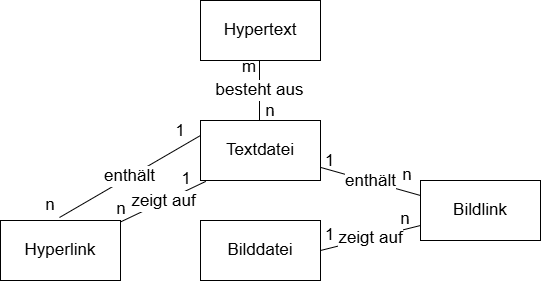
This is 00Informatik/00Informatik7/03Klassendiagramm/Klassendiagramm.png from Hi2272/Hi2272.github.io, a draw.io export, as it was before one commit. Source tidied: cells renumbered, new cells last; positions are measured from the earlier drawing's top-left corner, leaving out a move shared by most shapes.
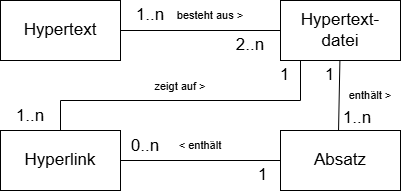
After the change.

Commit message:
Hypetext fertig

Change to the diagram source:
```diff
@@ -2,70 +2,73 @@
   <root>
     <mxCell id="0" />
     <mxCell id="1" parent="0" />
-    <mxCell id="2" value="besteht aus" style="edgeStyle=orthogonalEdgeStyle;rounded=0;orthogonalLoop=1;jettySize=auto;html=1;entryX=0.5;entryY=0;entryDx=0;entryDy=0;endArrow=none;endFill=0;fontSize=17;" parent="1" edge="1">
-      <mxGeometry relative="1" as="geometry">
-        <mxPoint x="259" y="60" as="sourcePoint" />
-        <mxPoint x="259" y="120" as="targetPoint" />
-      </mxGeometry>
-    </mxCell>
+    <mxCell id="22" style="edgeStyle=orthogonalEdgeStyle;rounded=0;jettySize=auto;html=1;entryX=0;entryY=0.5;entryDx=0;entryDy=0;endArrow=none;endFill=0;" parent="1" edge="1" source="3" target="5">
+      <mxGeometry relative="1" as="geometry" />
+    </mxCell>
     <mxCell id="3" value="Hypertext" style="rounded=0;whiteSpace=wrap;html=1;fontSize=17;" parent="1" vertex="1">
-      <mxGeometry x="200" width="120" height="60" as="geometry" />
+      <mxGeometry x="-20" y="60" width="120" height="60" as="geometry" />
     </mxCell>
-    <mxCell id="4" value="enthält" style="rounded=0;jettySize=auto;html=1;entryX=0;entryY=0.25;entryDx=0;entryDy=0;endArrow=none;endFill=0;fontSize=17;" parent="1" edge="1" source="5" target="7">
-      <mxGeometry relative="1" as="geometry" />
-    </mxCell>
+    <mxCell id="23" style="rounded=0;jettySize=auto;html=1;entryX=0;entryY=1;entryDx=0;entryDy=0;endArrow=none;endFill=0;" parent="1" edge="1" source="5">
+      <mxGeometry relative="1" as="geometry">
+        <mxPoint x="318" y="192" as="targetPoint" />
+      </mxGeometry>
+    </mxCell>
-    <mxCell id="5" value="Textdatei" style="rounded=0;whiteSpace=wrap;html=1;fontSize=17;" parent="1" vertex="1">
-      <mxGeometry x="200" y="120" width="120" height="60" as="geometry" />
+    <mxCell id="5" value="Hypertext-&lt;br&gt;datei" style="rounded=0;whiteSpace=wrap;html=1;fontSize=17;" parent="1" vertex="1">
+      <mxGeometry x="260" y="60" width="120" height="60" as="geometry" />
     </mxCell>
-    <mxCell id="6" value="zeigt auf" style="rounded=0;jettySize=auto;html=1;entryX=1;entryY=0.5;entryDx=0;entryDy=0;endArrow=none;endFill=0;fontSize=17;" parent="1" edge="1" source="7" target="9">
-      <mxGeometry relative="1" as="geometry" />
-    </mxCell>
-    <mxCell id="7" value="Bildlink" style="rounded=0;whiteSpace=wrap;html=1;fontSize=17;" parent="1" vertex="1">
-      <mxGeometry x="420" y="180" width="120" height="60" as="geometry" />
-    </mxCell>
+    <mxCell id="24" style="shape=connector;rounded=0;jettySize=auto;html=1;strokeColor=default;align=center;verticalAlign=middle;fontFamily=Helvetica;fontSize=11;fontColor=default;labelBackgroundColor=default;endArrow=none;endFill=0;edgeStyle=orthogonalEdgeStyle;" parent="1" edge="1" source="8">
+      <mxGeometry relative="1" as="geometry">
+        <mxPoint x="280" y="120" as="targetPoint" />
+        <Array as="points">
+          <mxPoint x="40" y="160" />
+          <mxPoint x="280" y="160" />
+        </Array>
+      </mxGeometry>
+    </mxCell>
     <mxCell id="8" value="Hyperlink" style="rounded=0;whiteSpace=wrap;html=1;fontSize=17;" parent="1" vertex="1">
-      <mxGeometry y="220" width="120" height="60" as="geometry" />
+      <mxGeometry x="-20" y="190" width="120" height="60" as="geometry" />
     </mxCell>
+    <mxCell id="25" style="edgeStyle=orthogonalEdgeStyle;shape=connector;rounded=0;jettySize=auto;html=1;entryX=1;entryY=0.5;entryDx=0;entryDy=0;strokeColor=default;align=center;verticalAlign=middle;fontFamily=Helvetica;fontSize=11;fontColor=default;labelBackgroundColor=default;endArrow=none;endFill=0;" parent="1" edge="1" source="9" target="8">
+      <mxGeometry relative="1" as="geometry" />
+    </mxCell>
-    <mxCell id="9" value="Bilddatei" style="rounded=0;whiteSpace=wrap;html=1;fontSize=17;" parent="1" vertex="1">
-      <mxGeometry x="200" y="220" width="120" height="60" as="geometry" />
+    <mxCell id="9" value="Absatz" style="rounded=0;whiteSpace=wrap;html=1;fontSize=17;" parent="1" vertex="1">
+      <mxGeometry x="260" y="190" width="120" height="60" as="geometry" />
     </mxCell>
-    <mxCell id="10" value="enthält" style="rounded=0;jettySize=auto;html=1;endArrow=none;endFill=0;exitX=0;exitY=0.25;exitDx=0;exitDy=0;fontSize=17;" parent="1" edge="1" source="5">
-      <mxGeometry relative="1" as="geometry">
-        <mxPoint x="59" y="217" as="targetPoint" />
-      </mxGeometry>
-    </mxCell>
-    <mxCell id="11" value="n" style="text;html=1;whiteSpace=wrap;strokeColor=none;fillColor=none;align=center;verticalAlign=middle;rounded=0;fontSize=17;" parent="1" vertex="1">
-      <mxGeometry x="392" y="160" width="30" height="30" as="geometry" />
-    </mxCell>
-    <mxCell id="12" value="1" style="text;html=1;whiteSpace=wrap;strokeColor=none;fillColor=none;align=center;verticalAlign=middle;rounded=0;fontSize=17;" parent="1" vertex="1">
-      <mxGeometry x="150" y="116" width="60" height="30" as="geometry" />
-    </mxCell>
-    <mxCell id="13" value="n" style="text;html=1;whiteSpace=wrap;strokeColor=none;fillColor=none;align=center;verticalAlign=middle;rounded=0;fontSize=17;" parent="1" vertex="1">
-      <mxGeometry x="20" y="190" width="60" height="30" as="geometry" />
-    </mxCell>
     <mxCell id="14" value="1" style="text;html=1;whiteSpace=wrap;strokeColor=none;fillColor=none;align=center;verticalAlign=middle;rounded=0;fontSize=17;" parent="1" vertex="1">
-      <mxGeometry x="312" y="146" width="35" height="30" as="geometry" />
+      <mxGeometry x="292" y="120" width="35" height="30" as="geometry" />
     </mxCell>
-    <mxCell id="15" value="1" style="text;html=1;whiteSpace=wrap;strokeColor=none;fillColor=none;align=center;verticalAlign=middle;rounded=0;fontSize=17;" parent="1" vertex="1">
-      <mxGeometry x="312" y="220" width="35" height="30" as="geometry" />
-    </mxCell>
-    <mxCell id="16" value="n" style="text;html=1;whiteSpace=wrap;strokeColor=none;fillColor=none;align=center;verticalAlign=middle;rounded=0;fontSize=17;" parent="1" vertex="1">
-      <mxGeometry x="390" y="204" width="30" height="30" as="geometry" />
-    </mxCell>
-    <mxCell id="17" value="zeigt auf" style="rounded=0;jettySize=auto;html=1;entryX=0.044;entryY=1.015;entryDx=0;entryDy=0;entryPerimeter=0;endArrow=none;endFill=0;fontSize=17;" parent="1" edge="1" source="8" target="5">
-      <mxGeometry relative="1" as="geometry" />
-    </mxCell>
-    <mxCell id="18" value="1" style="text;html=1;whiteSpace=wrap;strokeColor=none;fillColor=none;align=center;verticalAlign=middle;rounded=0;fontSize=17;" parent="1" vertex="1">
-      <mxGeometry x="156" y="164" width="60" height="30" as="geometry" />
-    </mxCell>
-    <mxCell id="19" value="n" style="text;html=1;whiteSpace=wrap;strokeColor=none;fillColor=none;align=center;verticalAlign=middle;rounded=0;fontSize=17;" parent="1" vertex="1">
-      <mxGeometry x="91" y="194" width="60" height="30" as="geometry" />
-    </mxCell>
-    <mxCell id="20" value="n" style="text;html=1;whiteSpace=wrap;strokeColor=none;fillColor=none;align=center;verticalAlign=middle;rounded=0;fontSize=17;" parent="1" vertex="1">
-      <mxGeometry x="240" y="96" width="60" height="30" as="geometry" />
+    <mxCell id="20" value="2..n" style="text;html=1;whiteSpace=wrap;strokeColor=none;fillColor=none;align=center;verticalAlign=middle;rounded=0;fontSize=17;" parent="1" vertex="1">
+      <mxGeometry x="200" y="90" width="60" height="30" as="geometry" />
     </mxCell>
-    <mxCell id="21" value="m" style="text;html=1;whiteSpace=wrap;strokeColor=none;fillColor=none;align=center;verticalAlign=middle;rounded=0;fontSize=17;" parent="1" vertex="1">
-      <mxGeometry x="219" y="52" width="60" height="30" as="geometry" />
+    <mxCell id="21" value="1..n" style="text;html=1;whiteSpace=wrap;strokeColor=none;fillColor=none;align=center;verticalAlign=middle;rounded=0;fontSize=17;" parent="1" vertex="1">
+      <mxGeometry x="100" y="60" width="60" height="30" as="geometry" />
     </mxCell>
+    <mxCell id="26" value="besteht aus &amp;gt;" style="text;html=1;whiteSpace=wrap;strokeColor=none;fillColor=none;align=center;verticalAlign=middle;rounded=0;fontFamily=Helvetica;fontSize=11;fontColor=default;labelBackgroundColor=default;" parent="1" vertex="1">
+      <mxGeometry x="150" y="60" width="80" height="30" as="geometry" />
+    </mxCell>
+    <mxCell id="27" value="enthält &amp;gt;" style="text;html=1;whiteSpace=wrap;strokeColor=none;fillColor=none;align=center;verticalAlign=middle;rounded=0;fontFamily=Helvetica;fontSize=11;fontColor=default;labelBackgroundColor=default;" parent="1" vertex="1">
+      <mxGeometry x="320" y="140" width="60" height="30" as="geometry" />
+    </mxCell>
+    <mxCell id="28" value="&amp;lt; enthält" style="text;html=1;whiteSpace=wrap;strokeColor=none;fillColor=none;align=center;verticalAlign=middle;rounded=0;fontFamily=Helvetica;fontSize=11;fontColor=default;labelBackgroundColor=default;" parent="1" vertex="1">
+      <mxGeometry x="150" y="190" width="60" height="30" as="geometry" />
+    </mxCell>
+    <mxCell id="29" value="zeigt auf &amp;gt;" style="text;html=1;whiteSpace=wrap;strokeColor=none;fillColor=none;align=center;verticalAlign=middle;rounded=0;fontFamily=Helvetica;fontSize=11;fontColor=default;labelBackgroundColor=default;" parent="1" vertex="1">
+      <mxGeometry x="130" y="131" width="60" height="30" as="geometry" />
+    </mxCell>
+    <mxCell id="30" value="1..n" style="text;html=1;whiteSpace=wrap;strokeColor=none;fillColor=none;align=center;verticalAlign=middle;rounded=0;fontSize=17;" parent="1" vertex="1">
+      <mxGeometry x="307" y="163" width="60" height="30" as="geometry" />
+    </mxCell>
+    <mxCell id="31" value="1" style="text;html=1;whiteSpace=wrap;strokeColor=none;fillColor=none;align=center;verticalAlign=middle;rounded=0;fontSize=17;" parent="1" vertex="1">
+      <mxGeometry x="225" y="220" width="35" height="30" as="geometry" />
+    </mxCell>
+    <mxCell id="32" value="0..n" style="text;html=1;whiteSpace=wrap;strokeColor=none;fillColor=none;align=center;verticalAlign=middle;rounded=0;fontSize=17;" parent="1" vertex="1">
+      <mxGeometry x="95" y="191" width="60" height="30" as="geometry" />
+    </mxCell>
+    <mxCell id="33" value="1" style="text;html=1;whiteSpace=wrap;strokeColor=none;fillColor=none;align=center;verticalAlign=middle;rounded=0;fontSize=17;" parent="1" vertex="1">
+      <mxGeometry x="247" y="120" width="35" height="30" as="geometry" />
+    </mxCell>
+    <mxCell id="34" value="1..n" style="text;html=1;whiteSpace=wrap;strokeColor=none;fillColor=none;align=center;verticalAlign=middle;rounded=0;fontSize=17;" parent="1" vertex="1">
+      <mxGeometry x="-20" y="161" width="60" height="30" as="geometry" />
+    </mxCell>
   </root>
 </mxGraphModel>
```
